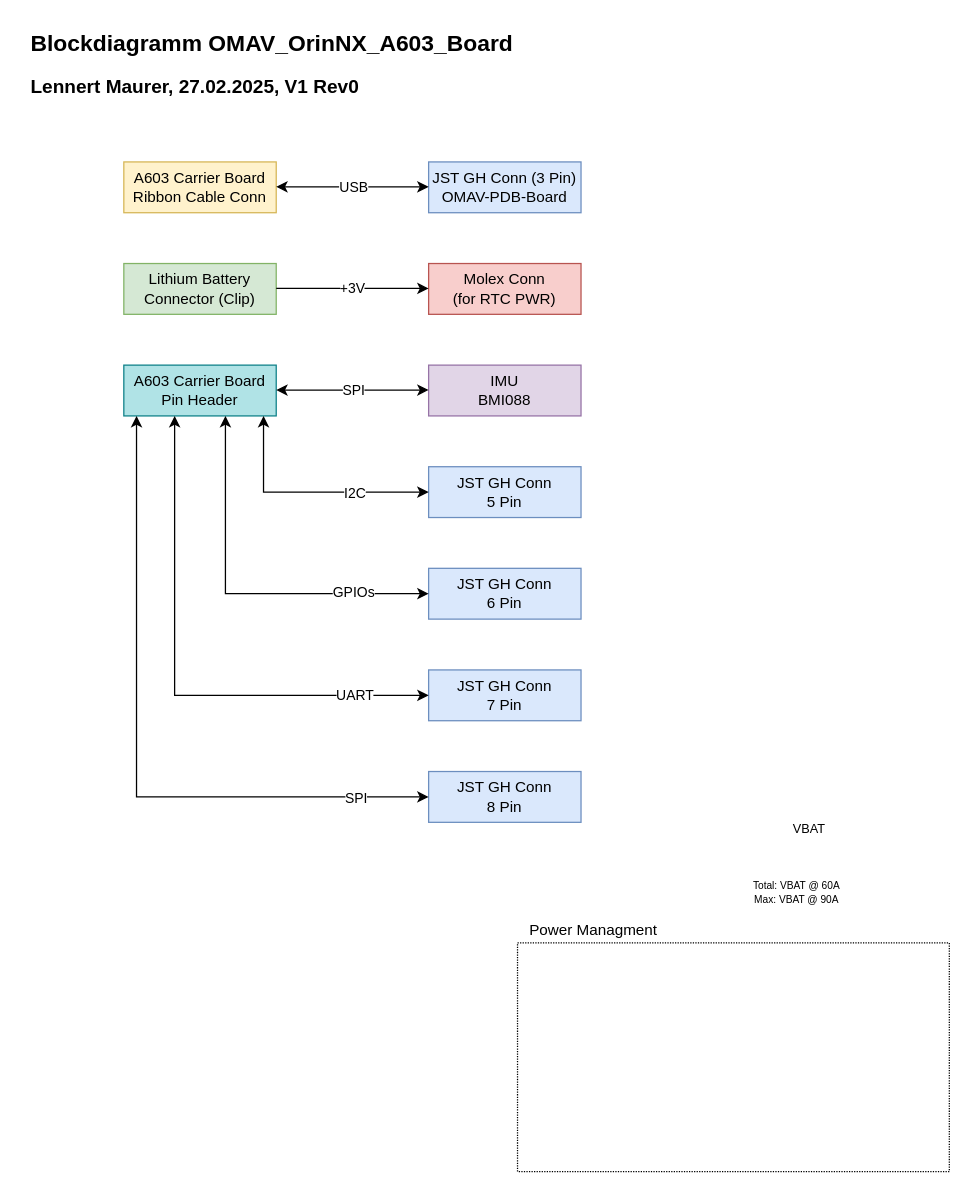
The draw.io diagram 2_Documentation/3_HW_Concept/HW_Concept_1.drawio in lennertmaurer/OMAV_OrinNX_A603_Board, before the edit. Source tidied: cells renumbered, new cells numbered last; positions are measured from the earlier drawing's top-left corner, leaving out a move shared by most shapes. Both pictures are drawn from the tidied source at 127%, with x=0, y=0 at pixel (28, 22).
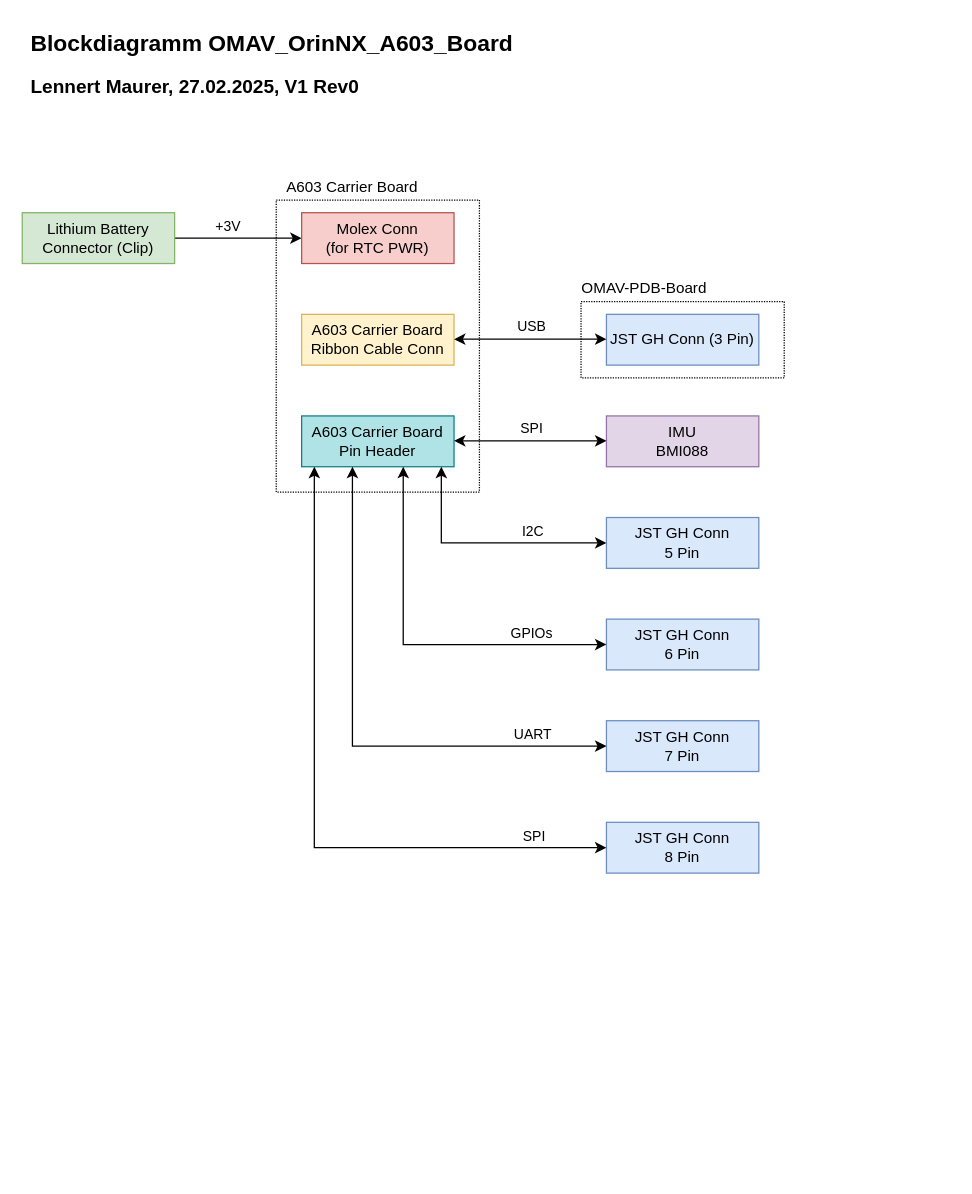
The same page after the edit.

The edit, as a diff of the source:
```diff
@@
+    <mxCell id="22" value="&lt;blockquote style=&quot;margin: 0 0 0 40px ; border: none ; padding: 0px&quot;&gt;&lt;blockquote style=&quot;margin: 0 0 0 40px ; border: none ; padding: 0px&quot;&gt;&lt;blockquote style=&quot;margin: 0 0 0 40px ; border: none ; padding: 0px&quot;&gt;&lt;blockquote style=&quot;margin: 0 0 0 40px ; border: none ; padding: 0px&quot;&gt;&lt;br&gt;&lt;/blockquote&gt;&lt;/blockquote&gt;&lt;/blockquote&gt;&lt;/blockquote&gt;" style="rounded=0;whiteSpace=wrap;html=1;fontSize=12;fillColor=none;dashed=1;dashPattern=1 1;fontColor=#000000;strokeColor=#000000;" parent="1" vertex="1">
+      <mxGeometry x="195" y="140" width="160" height="230" as="geometry" />
+    </mxCell>
+    <mxCell id="33" value="&lt;blockquote style=&quot;margin: 0 0 0 40px ; border: none ; padding: 0px&quot;&gt;&lt;blockquote style=&quot;margin: 0 0 0 40px ; border: none ; padding: 0px&quot;&gt;&lt;blockquote style=&quot;margin: 0 0 0 40px ; border: none ; padding: 0px&quot;&gt;&lt;blockquote style=&quot;margin: 0 0 0 40px ; border: none ; padding: 0px&quot;&gt;&lt;br&gt;&lt;/blockquote&gt;&lt;/blockquote&gt;&lt;/blockquote&gt;&lt;/blockquote&gt;" style="rounded=0;whiteSpace=wrap;html=1;fontSize=12;fillColor=none;dashed=1;dashPattern=1 1;fontColor=#000000;strokeColor=#000000;" parent="1" vertex="1">
+      <mxGeometry x="435" y="220" width="160" height="60" as="geometry" />
+    </mxCell>
@@
+    <mxCell id="34" style="edgeStyle=orthogonalEdgeStyle;rounded=0;jettySize=auto;html=1;exitX=1;exitY=0.5;exitDx=0;exitDy=0;entryX=0;entryY=0.5;entryDx=0;entryDy=0;" parent="1" edge="1" source="4" target="8">
+      <mxGeometry relative="1" as="geometry" />
+    </mxCell>
+    <mxCell id="18" value="+3V" style="edgeLabel;html=1;align=center;verticalAlign=middle;" parent="34" vertex="1">
+      <mxGeometry x="0.09" y="-1" relative="1" as="geometry">
+        <mxPoint x="-14" y="-11" as="offset" />
+      </mxGeometry>
+    </mxCell>
     <mxCell id="4" value="Lithium Battery Connector (Clip)" style="rounded=0;whiteSpace=wrap;html=1;fillColor=#d5e8d4;strokeColor=#82b366;fontColor=#000000;" parent="1" vertex="1">
-      <mxGeometry x="75" y="190" width="120" height="40" as="geometry" />
+      <mxGeometry x="-5" y="150" width="120" height="40" as="geometry" />
     </mxCell>
-    <mxCell id="5" value="JST GH Conn (&lt;span style=&quot;background-color: initial;&quot;&gt;3 Pin)&lt;/span&gt;&lt;div&gt;OMAV-PDB-Board&lt;/div&gt;" style="rounded=0;whiteSpace=wrap;html=1;fillColor=#dae8fc;strokeColor=#6c8ebf;fontColor=#000000;" parent="1" vertex="1">
-      <mxGeometry x="315" y="110" width="120" height="40" as="geometry" />
+    <mxCell id="5" value="JST GH Conn (&lt;span style=&quot;background-color: initial;&quot;&gt;3 Pin)&lt;/span&gt;" style="rounded=0;whiteSpace=wrap;html=1;fillColor=#dae8fc;strokeColor=#6c8ebf;fontColor=#000000;" parent="1" vertex="1">
+      <mxGeometry x="455" y="230" width="120" height="40" as="geometry" />
     </mxCell>
     <mxCell id="6" value="A603 Carrier Board&lt;div&gt;Ribbon Cable Conn&lt;/div&gt;" style="rounded=0;whiteSpace=wrap;html=1;fillColor=#fff2cc;strokeColor=#d6b656;fontColor=#000000;" parent="1" vertex="1">
-      <mxGeometry x="75" y="110" width="120" height="40" as="geometry" />
+      <mxGeometry x="215" y="230" width="120" height="40" as="geometry" />
     </mxCell>
     <mxCell id="7" value="A603 Carrier Board&lt;div&gt;Pin Header&lt;/div&gt;" style="rounded=0;whiteSpace=wrap;html=1;fillColor=#b0e3e6;strokeColor=#0e8088;fontColor=#000000;" parent="1" vertex="1">
-      <mxGeometry x="75" y="270" width="120" height="40" as="geometry" />
+      <mxGeometry x="215" y="310" width="120" height="40" as="geometry" />
     </mxCell>
     <mxCell id="8" value="Molex Conn&lt;div&gt;(for RTC PWR)&lt;/div&gt;" style="rounded=0;whiteSpace=wrap;html=1;fillColor=#f8cecc;strokeColor=#b85450;fontColor=#000000;" parent="1" vertex="1">
-      <mxGeometry x="315" y="190" width="120" height="40" as="geometry" />
+      <mxGeometry x="215" y="150" width="120" height="40" as="geometry" />
     </mxCell>
     <mxCell id="9" value="JST GH Conn&lt;div&gt;5 Pin&lt;/div&gt;" style="rounded=0;whiteSpace=wrap;html=1;fillColor=#dae8fc;strokeColor=#6c8ebf;fontColor=#000000;" parent="1" vertex="1">
-      <mxGeometry x="315" y="350" width="120" height="40" as="geometry" />
+      <mxGeometry x="455" y="390" width="120" height="40" as="geometry" />
     </mxCell>
     <mxCell id="10" value="IMU&lt;br&gt;BMI088" style="rounded=0;whiteSpace=wrap;html=1;fillColor=#e1d5e7;strokeColor=#9673a6;fontColor=#000000;" parent="1" vertex="1">
-      <mxGeometry x="315" y="270" width="120" height="40" as="geometry" />
+      <mxGeometry x="455" y="310" width="120" height="40" as="geometry" />
     </mxCell>
@@
     <mxCell id="12" value="JST GH Conn&lt;div&gt;6 Pin&lt;/div&gt;" style="rounded=0;whiteSpace=wrap;html=1;fillColor=#dae8fc;strokeColor=#6c8ebf;fontColor=#000000;" parent="1" vertex="1">
-      <mxGeometry x="315" y="430" width="120" height="40" as="geometry" />
+      <mxGeometry x="455" y="470" width="120" height="40" as="geometry" />
     </mxCell>
     <mxCell id="13" value="JST GH Conn&lt;div&gt;7 Pin&lt;/div&gt;" style="rounded=0;whiteSpace=wrap;html=1;fillColor=#dae8fc;strokeColor=#6c8ebf;fontColor=#000000;" parent="1" vertex="1">
-      <mxGeometry x="315" y="510" width="120" height="40" as="geometry" />
+      <mxGeometry x="455" y="550" width="120" height="40" as="geometry" />
     </mxCell>
     <mxCell id="14" value="JST GH Conn&lt;div&gt;8 Pin&lt;/div&gt;" style="rounded=0;whiteSpace=wrap;html=1;fillColor=#dae8fc;strokeColor=#6c8ebf;fontColor=#000000;" parent="1" vertex="1">
-      <mxGeometry x="315" y="590" width="120" height="40" as="geometry" />
+      <mxGeometry x="455" y="630" width="120" height="40" as="geometry" />
     </mxCell>
     <mxCell id="15" style="endArrow=classic;startArrow=classic;html=1;rounded=0;entryX=0;entryY=0.5;entryDx=0;entryDy=0;" parent="1" edge="1">
       <mxGeometry relative="1" as="geometry">
-        <mxPoint x="195" y="129.6" as="sourcePoint" />
-        <mxPoint x="315" y="129.6" as="targetPoint" />
+        <mxPoint x="335" y="249.6" as="sourcePoint" />
+        <mxPoint x="455" y="249.6" as="targetPoint" />
       </mxGeometry>
     </mxCell>
     <mxCell id="16" value="USB" style="edgeLabel;html=1;align=center;verticalAlign=middle;" parent="15" vertex="1">
       <mxGeometry x="-0.05" y="2" relative="1" as="geometry">
-        <mxPoint x="3" y="2" as="offset" />
+        <mxPoint x="3" y="-8" as="offset" />
       </mxGeometry>
     </mxCell>
-    <mxCell id="17" style="edgeStyle=orthogonalEdgeStyle;rounded=0;orthogonalLoop=1;jettySize=auto;html=1;exitX=1;exitY=0.5;exitDx=0;exitDy=0;entryX=0;entryY=0.5;entryDx=0;entryDy=0;" parent="1" edge="1">
-      <mxGeometry relative="1" as="geometry">
-        <mxPoint x="195" y="209.6" as="sourcePoint" />
-        <mxPoint x="315" y="209.6" as="targetPoint" />
-      </mxGeometry>
-    </mxCell>
-    <mxCell id="18" value="+3V" style="edgeLabel;html=1;align=center;verticalAlign=middle;" parent="17" vertex="1">
-      <mxGeometry x="-0.11" y="-2" relative="1" as="geometry">
-        <mxPoint x="6" y="-2" as="offset" />
-      </mxGeometry>
-    </mxCell>
     <mxCell id="19" style="endArrow=classic;startArrow=classic;html=1;rounded=0;entryX=0;entryY=0.5;entryDx=0;entryDy=0;" parent="1" edge="1">
       <mxGeometry relative="1" as="geometry">
-        <mxPoint x="195" y="289.6" as="sourcePoint" />
-        <mxPoint x="315" y="289.6" as="targetPoint" />
+        <mxPoint x="335" y="329.6" as="sourcePoint" />
+        <mxPoint x="455" y="329.6" as="targetPoint" />
       </mxGeometry>
     </mxCell>
     <mxCell id="20" value="SPI" style="edgeLabel;html=1;align=center;verticalAlign=middle;" parent="19" vertex="1">
       <mxGeometry x="-0.13" y="2" relative="1" as="geometry">
-        <mxPoint x="8" y="2" as="offset" />
+        <mxPoint x="8" y="-8" as="offset" />
       </mxGeometry>
     </mxCell>
-    <mxCell id="21" value="&lt;font style=&quot;font-size: 10px;&quot; color=&quot;#000000&quot;&gt;VBAT&lt;/font&gt;" style="text;html=1;strokeColor=none;fillColor=none;align=center;verticalAlign=middle;whiteSpace=wrap;rounded=0;" parent="1" vertex="1">
-      <mxGeometry x="585" y="620" width="60" height="30" as="geometry" />
-    </mxCell>
-    <mxCell id="22" value="&lt;blockquote style=&quot;margin: 0 0 0 40px ; border: none ; padding: 0px&quot;&gt;&lt;blockquote style=&quot;margin: 0 0 0 40px ; border: none ; padding: 0px&quot;&gt;&lt;blockquote style=&quot;margin: 0 0 0 40px ; border: none ; padding: 0px&quot;&gt;&lt;blockquote style=&quot;margin: 0 0 0 40px ; border: none ; padding: 0px&quot;&gt;&lt;br&gt;&lt;/blockquote&gt;&lt;/blockquote&gt;&lt;/blockquote&gt;&lt;/blockquote&gt;" style="rounded=0;whiteSpace=wrap;html=1;fontSize=12;fillColor=none;dashed=1;dashPattern=1 1;fontColor=#000000;strokeColor=#000000;" parent="1" vertex="1">
-      <mxGeometry x="385" y="725" width="340" height="180" as="geometry" />
-    </mxCell>
-    <mxCell id="23" value="&lt;font style=&quot;font-size: 12px&quot;&gt;Power Managment&lt;/font&gt;" style="text;html=1;strokeColor=none;fillColor=none;align=center;verticalAlign=middle;whiteSpace=wrap;rounded=0;fontColor=#000000;" parent="1" vertex="1">
-      <mxGeometry x="365" y="705" width="160" height="20" as="geometry" />
+    <mxCell id="23" value="&lt;font style=&quot;font-size: 12px&quot;&gt;A603 Carrier Board&lt;/font&gt;" style="text;html=1;strokeColor=none;fillColor=none;align=center;verticalAlign=middle;whiteSpace=wrap;rounded=0;fontColor=#000000;" parent="1" vertex="1">
+      <mxGeometry x="175" y="120" width="160" height="20" as="geometry" />
     </mxCell>
-    <mxCell id="24" value="&lt;p style=&quot;line-height: 70%;&quot;&gt;&lt;font style=&quot;font-size: 8px;&quot; color=&quot;#000000&quot;&gt;Total: VBAT @ 60A&lt;br&gt;Max&lt;/font&gt;&lt;span style=&quot;font-size: 8px; color: rgb(0, 0, 0); background-color: initial;&quot;&gt;: VBAT @ 90A&lt;/span&gt;&lt;/p&gt;" style="text;html=1;strokeColor=none;fillColor=none;align=center;verticalAlign=middle;whiteSpace=wrap;rounded=0;" parent="1" vertex="1">
-      <mxGeometry x="545" y="670" width="120" height="30" as="geometry" />
-    </mxCell>
     <mxCell id="25" style="endArrow=classic;startArrow=classic;html=1;rounded=0;exitX=0;exitY=0.5;exitDx=0;exitDy=0;" parent="1" edge="1" source="9">
       <mxGeometry relative="1" as="geometry">
-        <mxPoint x="185" y="310" as="targetPoint" />
+        <mxPoint x="325" y="350" as="targetPoint" />
         <Array as="points">
-          <mxPoint x="185" y="370" />
+          <mxPoint x="325" y="410" />
         </Array>
       </mxGeometry>
     </mxCell>
     <mxCell id="26" value="I2C" style="edgeLabel;html=1;align=center;verticalAlign=middle;" parent="25" vertex="1">
       <mxGeometry x="-0.26" relative="1" as="geometry">
-        <mxPoint x="11" as="offset" />
+        <mxPoint x="11" y="-10" as="offset" />
       </mxGeometry>
     </mxCell>
     <mxCell id="27" style="endArrow=classic;startArrow=classic;html=1;rounded=0;exitX=0;exitY=0.5;exitDx=0;exitDy=0;" parent="1" edge="1" source="12">
       <mxGeometry relative="1" as="geometry">
-        <mxPoint x="155" y="310" as="targetPoint" />
+        <mxPoint x="295" y="350" as="targetPoint" />
         <Array as="points">
-          <mxPoint x="155" y="450" />
+          <mxPoint x="295" y="490" />
         </Array>
       </mxGeometry>
     </mxCell>
     <mxCell id="28" value="GPIOs" style="edgeLabel;html=1;align=center;verticalAlign=middle;" parent="27" vertex="1">
-      <mxGeometry x="-0.6" y="-2" relative="1" as="geometry" />
+      <mxGeometry x="-0.6" y="-2" relative="1" as="geometry">
+        <mxPoint y="-8" as="offset" />
+      </mxGeometry>
     </mxCell>
     <mxCell id="29" style="endArrow=classic;startArrow=classic;html=1;rounded=0;exitX=0;exitY=0.5;exitDx=0;exitDy=0;" parent="1" edge="1" source="13">
       <mxGeometry relative="1" as="geometry">
-        <mxPoint x="115" y="310" as="targetPoint" />
+        <mxPoint x="255" y="350" as="targetPoint" />
         <Array as="points">
-          <mxPoint x="115" y="530" />
+          <mxPoint x="255" y="570" />
         </Array>
       </mxGeometry>
     </mxCell>
     <mxCell id="30" value="UART" style="edgeLabel;html=1;align=center;verticalAlign=middle;" parent="29" vertex="1">
-      <mxGeometry x="-0.72" y="-1" relative="1" as="geometry" />
+      <mxGeometry x="-0.72" y="-1" relative="1" as="geometry">
+        <mxPoint y="-9" as="offset" />
+      </mxGeometry>
     </mxCell>
     <mxCell id="31" style="endArrow=classic;startArrow=classic;html=1;rounded=0;exitX=0;exitY=0.5;exitDx=0;exitDy=0;" parent="1" edge="1" source="14">
       <mxGeometry relative="1" as="geometry">
-        <mxPoint x="85" y="310" as="targetPoint" />
+        <mxPoint x="225" y="350" as="targetPoint" />
         <Array as="points">
-          <mxPoint x="85" y="610" />
+          <mxPoint x="225" y="650" />
         </Array>
       </mxGeometry>
     </mxCell>
     <mxCell id="32" value="SPI" style="edgeLabel;html=1;align=center;verticalAlign=middle;" parent="31" vertex="1">
-      <mxGeometry x="-0.78" relative="1" as="geometry" />
+      <mxGeometry x="-0.78" relative="1" as="geometry">
+        <mxPoint y="-10" as="offset" />
+      </mxGeometry>
     </mxCell>
+    <mxCell id="35" value="OMAV-PDB-Board" style="text;html=1;strokeColor=none;fillColor=none;align=center;verticalAlign=middle;whiteSpace=wrap;rounded=0;fontColor=#000000;" parent="1" vertex="1">
+      <mxGeometry x="405" y="200" width="160" height="20" as="geometry" />
+    </mxCell>
```
